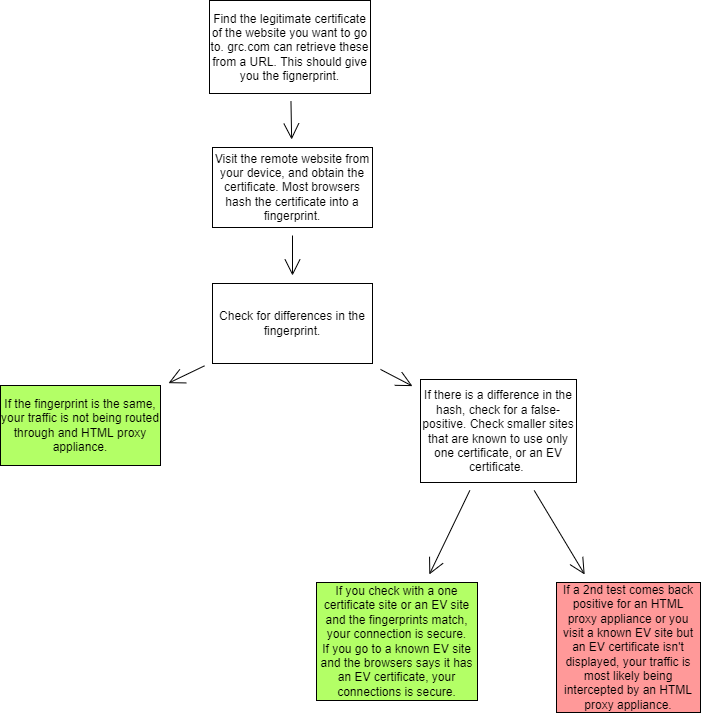
The draw.io diagram diagram.png in onikh/ISPData, before a commit. Source tidied: cells renumbered, new cells last; positions are measured from the earlier drawing's top-left corner, leaving out a move shared by most shapes.
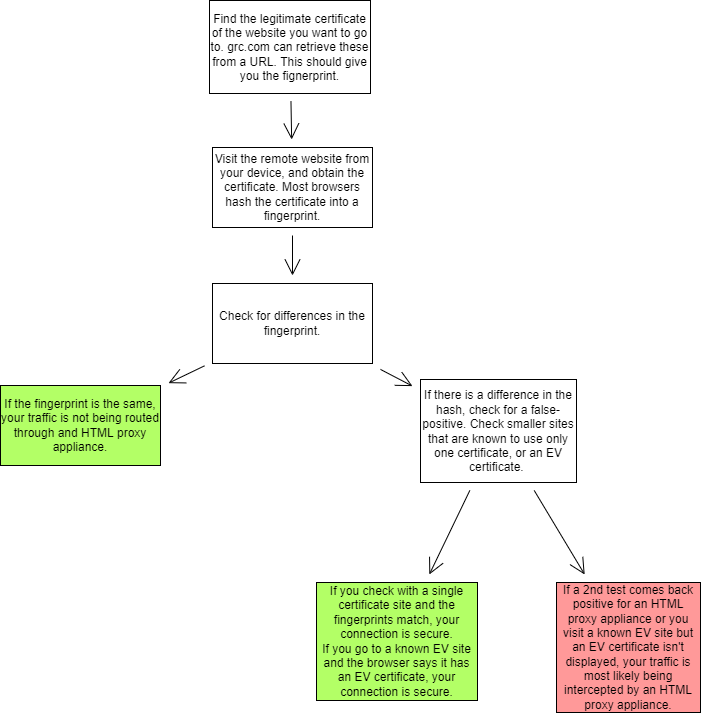
The same file after the commit.

What changed in the source:
```diff
@@ -35,7 +35,7 @@
     <mxCell id="12" value="If there is a difference in the hash, check for a false-positive. Check smaller sites that are known to use only one certificate, or an EV certificate.&amp;nbsp;" style="rounded=0;whiteSpace=wrap;html=1;hachureGap=4;" parent="1" vertex="1">
       <mxGeometry x="420" y="379" width="156" height="103" as="geometry" />
     </mxCell>
-    <mxCell id="13" value="If you check with a one certificate site or an EV site and the fingerprints match, your connection is secure.&lt;br&gt;If you go to a known EV site and the browsers says it has an EV certificate, your connections is secure." style="rounded=0;whiteSpace=wrap;html=1;hachureGap=4;fillColor=#B3FF66;" parent="1" vertex="1">
+    <mxCell id="13" value="If you check with a single certificate site and the fingerprints match, your connection is secure.&lt;br&gt;If you go to a known EV site and the browser says it has an EV certificate, your connection is secure." style="rounded=0;whiteSpace=wrap;html=1;hachureGap=4;fillColor=#B3FF66;" parent="1" vertex="1">
       <mxGeometry x="316" y="582" width="161" height="118" as="geometry" />
     </mxCell>
     <mxCell id="14" value="If a 2nd test comes back positive for an HTML proxy appliance or you visit a known EV site but an EV certificate isn't displayed, your traffic is most likely being intercepted by an HTML proxy appliance." style="rounded=0;whiteSpace=wrap;html=1;hachureGap=4;fillColor=#FF9999;" parent="1" vertex="1">
```
